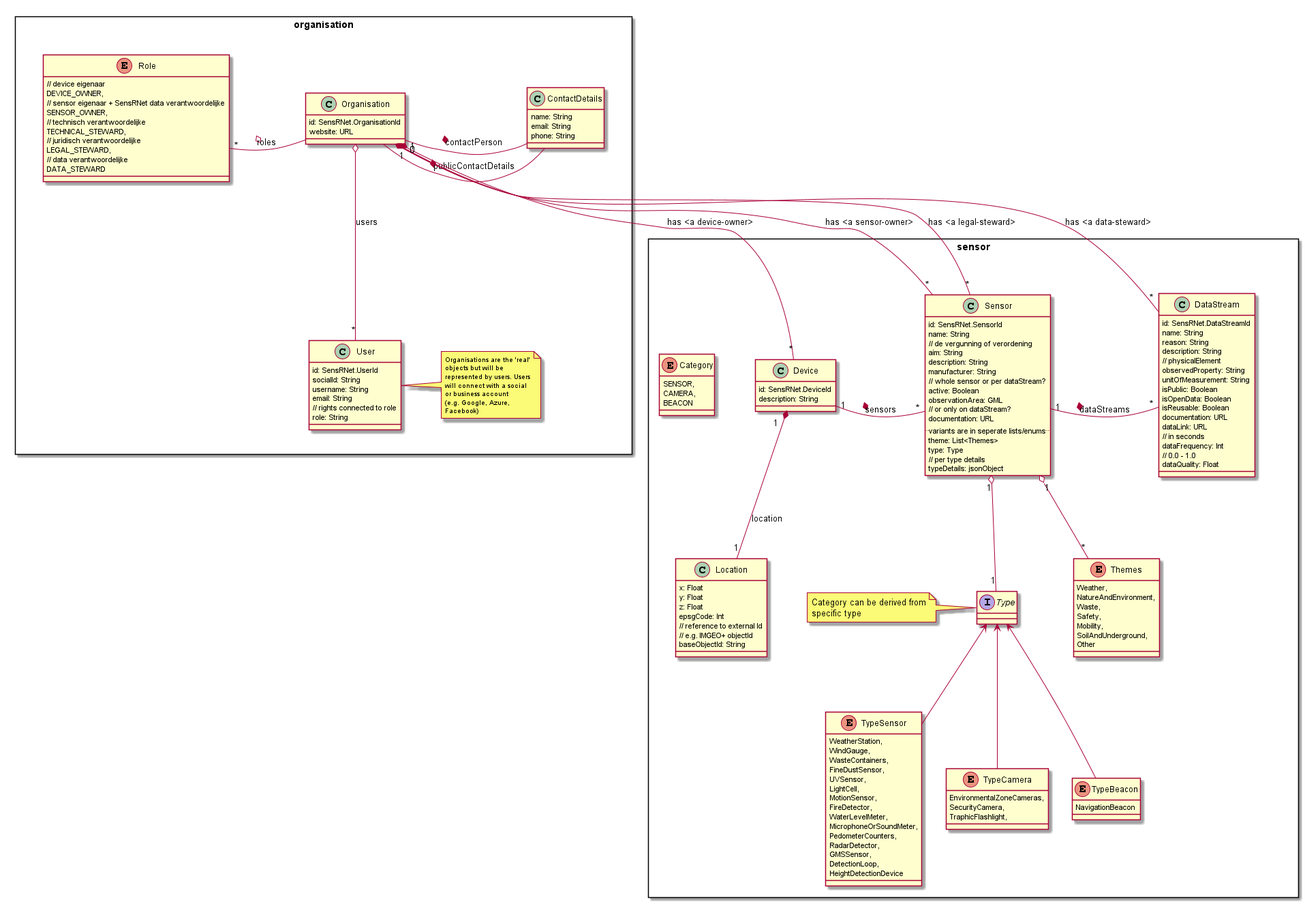
The PlantUML diagram docs/img/SensRNet-UML-Model.png in kadaster-labs/sensrnet-home, before a commit.
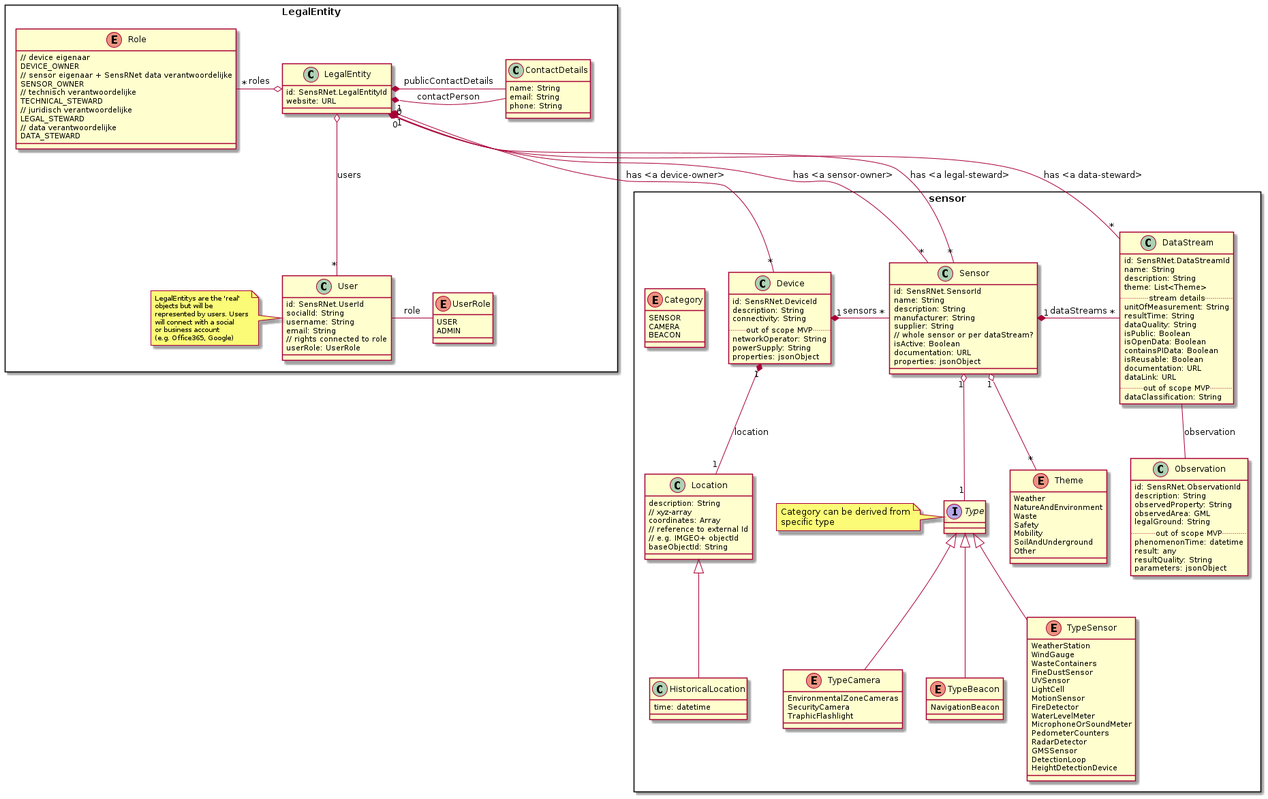
Later version of the same file.

Commit message:
new datamodel v7 definitions #118

Change to the diagram source:
```diff
@@ -1,6 +1,6 @@
 @startuml "SensRNet-UML-Model"
 
-package organisation <<Rectangle>> {
+package LegalEntity <<Rectangle>> {
     together {
         class ContactDetails {
             name: String
@@ -8,24 +8,24 @@
             phone: String
         }
 
-        class Organisation {
-            id: SensRNet.OrganisationId
+        class LegalEntity {
+            id: SensRNet.LegalEntityId
             website: URL
         }
 
-        Organisation *- ContactDetails : contactPerson
-        Organisation *- ContactDetails : publicContactDetails
+        LegalEntity *- ContactDetails : contactPerson
+        LegalEntity *- ContactDetails : publicContactDetails
     }
 
     enum Role {
         // device eigenaar
-        DEVICE_OWNER,
+        DEVICE_OWNER
         // sensor eigenaar + SensRNet data verantwoordelijke
-        SENSOR_OWNER,
+        SENSOR_OWNER
         // technisch verantwoordelijke
-        TECHNICAL_STEWARD,
+        TECHNICAL_STEWARD
         // juridisch verantwoordelijke
-        LEGAL_STEWARD,
+        LEGAL_STEWARD
         // data verantwoordelijke
         DATA_STEWARD
     }
@@ -36,21 +36,26 @@
         username: String
         email: String
         // rights connected to role
-        role: String
+        userRole: UserRole
     }
 
-    note right
-        <size:10>Organisations are the 'real'</size>
+    note left
+        <size:10>LegalEntitys are the 'real'</size>
         <size:10>objects but will be</size>
         <size:10>represented by users. Users</size>
         <size:10>will connect with a social</size>
         <size:10>or business account</size>
-        <size:10>(e.g. Google, Azure, </size>
-        <size:10>Facebook)</size>
+        <size:10>(e.g. Office365, Google)</size>
     end note
 
-    Organisation o-- "*" User : users
-    Organisation o- "*" Role : roles
+    enum UserRole {
+        USER
+        ADMIN
+    }
+
+    LegalEntity o-- "*" User : users
+    LegalEntity o- "*" Role : roles
+    User - UserRole : role
 }
 
 package sensor <<Rectangle>> {
@@ -59,47 +64,73 @@
         class Device {
             id: SensRNet.DeviceId
             description: String
+            connectivity: String
+            .. out of scope MVP ..
+            networkOperator: String
+            powerSupply: String
+            properties: jsonObject
         }
 
         class Sensor {
             id: SensRNet.SensorId
             name: String
-            // de vergunning of verordening
-            aim: String
             description: String
             manufacturer: String
+            supplier: String
             // whole sensor or per dataStream?
-            active: Boolean
-            observationArea: GML
-            // or only on dataStream?
+            isActive: Boolean
             documentation: URL
-            .. variants are in seperate lists/enums ..
-            theme: List<Themes>
-            type: Type
-            // per type details
-            typeDetails: jsonObject
+            properties: jsonObject
         }
 
         class DataStream {
             id: SensRNet.DataStreamId
             name: String
-            reason: String
             description: String
-            // physicalElement
-            observedProperty: String
+            theme: List<Theme>
+            .. stream details ..
             unitOfMeasurement: String
+            resultTime: String
+            dataQuality: String
             isPublic: Boolean
             isOpenData: Boolean
+            containsPIData: Boolean
             isReusable: Boolean
             documentation: URL
             dataLink: URL
-            // in seconds
-            dataFrequency: Int
-            // 0.0 - 1.0
-            dataQuality: Float
+            .. out of scope MVP ..
+            dataClassification: String
         }
 
     }
+
+    class Observation {
+        id: SensRNet.ObservationId
+        description: String
+        observedProperty: String
+        observedArea: GML
+        legalGround: String
+        .. out of scope MVP ..
+        phenomenonTime: datetime
+        result: any
+        resultQuality: String
+        parameters: jsonObject
+    }
+
+    class Location {
+        description: String
+        // xyz-array
+        coordinates: Array
+        // reference to external Id
+        // e.g. IMGEO+ objectId
+        baseObjectId: String
+    }
+
+    class HistoricalLocation extends Location {
+        time: datetime
+    }
+
+
 
     interface Type
 
@@ -109,73 +140,61 @@
     end note
 
     enum Category {
-        SENSOR,
-        CAMERA,
+        SENSOR
+        CAMERA
         BEACON
     }
 
-    enum Themes {
-        Weather,
-        NatureAndEnvironment,
-        Waste,
-        Safety,
-        Mobility,
-        SoilAndUnderground,
+    enum Theme {
+        Weather
+        NatureAndEnvironment
+        Waste
+        Safety
+        Mobility
+        SoilAndUnderground
         Other
     }
 
-    enum TypeSensor {
-        WeatherStation,
-        WindGauge,
-        WasteContainers,
-        FineDustSensor,
-        UVSensor,
-        LightCell,
-        MotionSensor,
-        FireDetector,
-        WaterLevelMeter,
-        MicrophoneOrSoundMeter,
-        PedometerCounters,
-        RadarDetector,
-        GMSSensor,
-        DetectionLoop,
+    enum TypeSensor extends Type {
+        WeatherStation
+        WindGauge
+        WasteContainers
+        FineDustSensor
+        UVSensor
+        LightCell
+        MotionSensor
+        FireDetector
+        WaterLevelMeter
+        MicrophoneOrSoundMeter
+        PedometerCounters
+        RadarDetector
+        GMSSensor
+        DetectionLoop
         HeightDetectionDevice
     }
 
-    enum TypeCamera {
-        EnvironmentalZoneCameras,
-        SecurityCamera,
-        TraphicFlashlight,
+    enum TypeCamera extends Type {
+        EnvironmentalZoneCameras
+        SecurityCamera
+        TraphicFlashlight
     }
 
-    enum TypeBeacon {
+    enum TypeBeacon extends Type {
         NavigationBeacon
-    }
-
-    class Location {
-        x: Float
-        y: Float
-        z: Float
-        epsgCode: Int
-        // reference to external Id
-        // e.g. IMGEO+ objectId
-        baseObjectId: String
     }
 
     Device "1" *-- "1" Location : location
     Device "1" *- "*" Sensor : sensors
     Sensor "1" *- "*" DataStream : dataStreams
+    DataStream -- Observation : observation
 
-    Sensor "1" o-- "*" Themes
+    Sensor "1" o-- "*" Theme
     Sensor "1" o-- "1" Type
-    Type <-- TypeSensor
-    Type <-- TypeBeacon
-    Type <-- TypeCamera
 }
 
-Organisation "1" *-- "*" Device : has <a device-owner>
-Organisation "1" *-- "*" Sensor : has <a sensor-owner>
-Organisation "0" *-- "*" Sensor : has <a legal-steward>
-Organisation "0" *-- "*" DataStream : has <a data-steward>
+LegalEntity "1" *-- "*" Device : has <a device-owner>
+LegalEntity "1" *-- "*" Sensor : has <a sensor-owner>
+LegalEntity "0" *-- "*" Sensor : has <a legal-steward>
+LegalEntity "0" *-- "*" DataStream : has <a data-steward>
 
 @enduml
```
